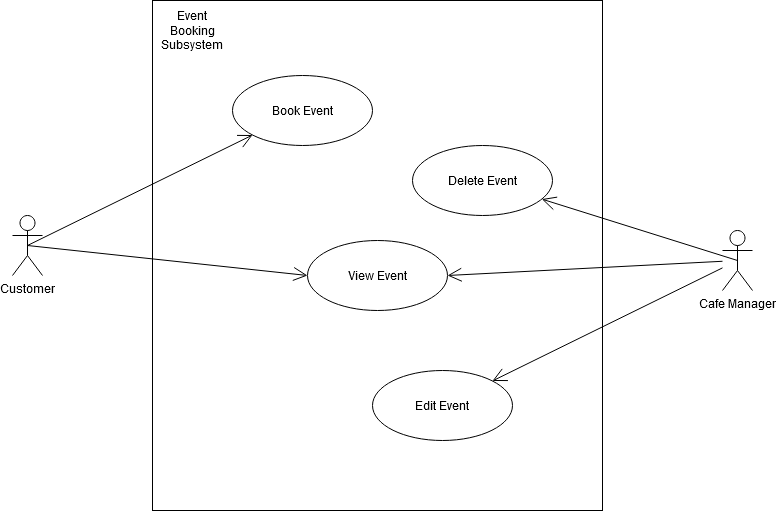
jakedurnford/ITC303BeverageBookers keeps this draw.io diagram as Use-Case Models/Event Booking Subsystem Use-Case Model.png. Above is the earlier version. Source tidied: cells renumbered, new cells last; positions are measured from the earlier drawing's top-left corner, leaving out a move shared by most shapes. Source of this version:
```xml
<mxGraphModel>
  <root>
    <mxCell id="0" />
    <mxCell id="1" parent="0" />
    <mxCell id="2" style="rounded=0;whiteSpace=wrap;html=1;" parent="1" vertex="1">
      <mxGeometry x="140" width="450" height="510" as="geometry" />
    </mxCell>
    <mxCell id="3" value="Book Event" style="ellipse;whiteSpace=wrap;html=1;" parent="1" vertex="1">
      <mxGeometry x="220" y="75" width="140" height="70" as="geometry" />
    </mxCell>
    <mxCell id="4" value="Cafe Manager" style="shape=umlActor;verticalLabelPosition=bottom;labelBackgroundColor=#ffffff;verticalAlign=top;html=1;" parent="1" vertex="1">
      <mxGeometry x="710" y="230" width="30" height="60" as="geometry" />
    </mxCell>
    <mxCell id="5" value="Delete Event" style="ellipse;whiteSpace=wrap;html=1;" parent="1" vertex="1">
      <mxGeometry x="400" y="145" width="140" height="70" as="geometry" />
    </mxCell>
    <mxCell id="6" value="Edit Event" style="ellipse;whiteSpace=wrap;html=1;" parent="1" vertex="1">
      <mxGeometry x="360" y="370" width="140" height="70" as="geometry" />
    </mxCell>
    <mxCell id="7" value="View Event" style="ellipse;whiteSpace=wrap;html=1;" parent="1" vertex="1">
      <mxGeometry x="295" y="240" width="140" height="70" as="geometry" />
    </mxCell>
    <mxCell id="8" value="Customer" style="shape=umlActor;verticalLabelPosition=bottom;labelBackgroundColor=#ffffff;verticalAlign=top;html=1;" parent="1" vertex="1">
      <mxGeometry y="215" width="30" height="60" as="geometry" />
    </mxCell>
    <mxCell id="9" style="endArrow=open;endFill=1;endSize=12;html=1;exitX=0.5;exitY=0.5;exitDx=0;exitDy=0;exitPerimeter=0;" parent="1" edge="1" source="8" target="3">
      <mxGeometry relative="1" as="geometry" />
    </mxCell>
    <mxCell id="10" style="endArrow=open;endFill=1;endSize=12;html=1;exitX=0.5;exitY=0.5;exitDx=0;exitDy=0;exitPerimeter=0;entryX=0;entryY=0.5;entryDx=0;entryDy=0;" parent="1" edge="1" source="8" target="7">
      <mxGeometry relative="1" as="geometry" />
    </mxCell>
    <mxCell id="11" style="endArrow=open;endFill=1;endSize=12;html=1;entryX=1;entryY=0.5;entryDx=0;entryDy=0;" parent="1" edge="1" source="4" target="7">
      <mxGeometry relative="1" as="geometry" />
    </mxCell>
    <mxCell id="12" style="endArrow=open;endFill=1;endSize=12;html=1;" parent="1" edge="1" source="4" target="6">
      <mxGeometry relative="1" as="geometry" />
    </mxCell>
    <mxCell id="13" value="Event Booking Subsystem" style="text;html=1;strokeColor=none;fillColor=none;align=center;verticalAlign=middle;whiteSpace=wrap;rounded=0;" parent="1" vertex="1">
      <mxGeometry x="160" y="20" width="40" height="20" as="geometry" />
    </mxCell>
    <mxCell id="14" style="endArrow=open;endFill=1;endSize=12;html=1;exitX=0.5;exitY=0.5;exitDx=0;exitDy=0;exitPerimeter=0;" parent="1" edge="1" source="4" target="5">
      <mxGeometry relative="1" as="geometry" />
    </mxCell>
  </root>
</mxGraphModel>
```
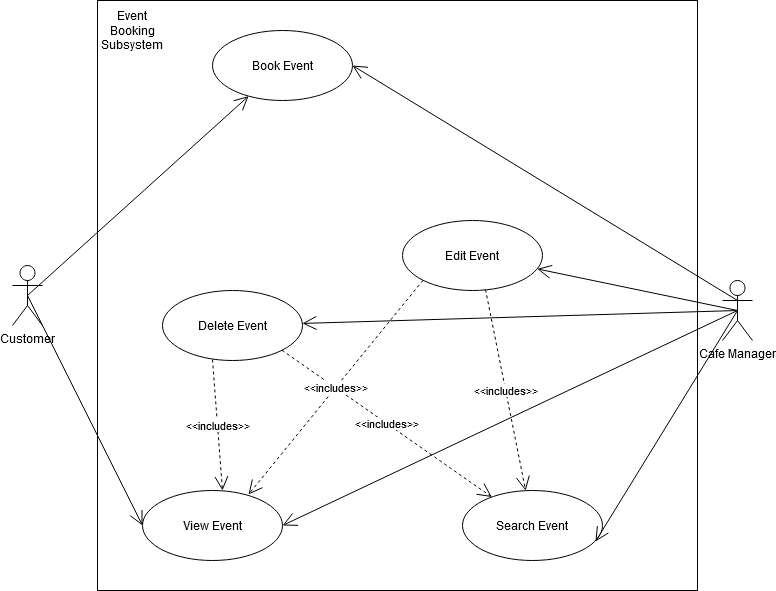
The same file after the commit.

Commit message:
UPDATED - All use-case models

Diff of the diagram source:
```diff
@@ -2,44 +2,82 @@
   <root>
     <mxCell id="0" />
     <mxCell id="1" parent="0" />
+    <mxCell id="15" style="group;" parent="1" vertex="1">
+      <mxGeometry x="-30" y="-70" width="740" height="590" as="geometry" />
+    </mxCell>
+    <mxCell id="16" style="group;" parent="15" vertex="1">
+      <mxGeometry width="740" height="590" as="geometry" />
+    </mxCell>
+    <mxCell id="17" style="group;" parent="16" vertex="1">
+      <mxGeometry width="740" height="590" as="geometry" />
+    </mxCell>
+    <mxCell id="18" style="group;" parent="17" vertex="1">
+      <mxGeometry width="740" height="590" as="geometry" />
+    </mxCell>
+    <mxCell id="19" style="group;" parent="18" vertex="1">
+      <mxGeometry width="740" height="590" as="geometry" />
+    </mxCell>
-    <mxCell id="2" style="rounded=0;whiteSpace=wrap;html=1;" parent="1" vertex="1">
-      <mxGeometry x="140" width="450" height="510" as="geometry" />
+    <mxCell id="2" style="rounded=0;whiteSpace=wrap;html=1;" parent="19" vertex="1">
+      <mxGeometry x="85" width="600" height="590" as="geometry" />
     </mxCell>
-    <mxCell id="3" value="Book Event" style="ellipse;whiteSpace=wrap;html=1;" parent="1" vertex="1">
-      <mxGeometry x="220" y="75" width="140" height="70" as="geometry" />
+    <mxCell id="3" value="Book Event" style="ellipse;whiteSpace=wrap;html=1;" parent="19" vertex="1">
+      <mxGeometry x="200" y="30" width="140" height="70" as="geometry" />
     </mxCell>
-    <mxCell id="4" value="Cafe Manager" style="shape=umlActor;verticalLabelPosition=bottom;labelBackgroundColor=#ffffff;verticalAlign=top;html=1;" parent="1" vertex="1">
-      <mxGeometry x="710" y="230" width="30" height="60" as="geometry" />
+    <mxCell id="4" value="Cafe Manager" style="shape=umlActor;verticalLabelPosition=bottom;labelBackgroundColor=#ffffff;verticalAlign=top;html=1;" parent="19" vertex="1">
+      <mxGeometry x="710" y="280" width="30" height="60" as="geometry" />
     </mxCell>
-    <mxCell id="5" value="Delete Event" style="ellipse;whiteSpace=wrap;html=1;" parent="1" vertex="1">
-      <mxGeometry x="400" y="145" width="140" height="70" as="geometry" />
+    <mxCell id="5" value="Delete Event" style="ellipse;whiteSpace=wrap;html=1;" parent="19" vertex="1">
+      <mxGeometry x="150" y="290" width="140" height="70" as="geometry" />
     </mxCell>
-    <mxCell id="6" value="Edit Event" style="ellipse;whiteSpace=wrap;html=1;" parent="1" vertex="1">
-      <mxGeometry x="360" y="370" width="140" height="70" as="geometry" />
+    <mxCell id="6" value="Edit Event" style="ellipse;whiteSpace=wrap;html=1;" parent="19" vertex="1">
+      <mxGeometry x="390" y="220" width="140" height="70" as="geometry" />
     </mxCell>
-    <mxCell id="7" value="View Event" style="ellipse;whiteSpace=wrap;html=1;" parent="1" vertex="1">
-      <mxGeometry x="295" y="240" width="140" height="70" as="geometry" />
+    <mxCell id="7" value="View Event" style="ellipse;whiteSpace=wrap;html=1;" parent="19" vertex="1">
+      <mxGeometry x="130" y="490" width="140" height="70" as="geometry" />
     </mxCell>
-    <mxCell id="8" value="Customer" style="shape=umlActor;verticalLabelPosition=bottom;labelBackgroundColor=#ffffff;verticalAlign=top;html=1;" parent="1" vertex="1">
-      <mxGeometry y="215" width="30" height="60" as="geometry" />
+    <mxCell id="8" value="Customer" style="shape=umlActor;verticalLabelPosition=bottom;labelBackgroundColor=#ffffff;verticalAlign=top;html=1;" parent="19" vertex="1">
+      <mxGeometry y="265" width="30" height="60" as="geometry" />
     </mxCell>
-    <mxCell id="9" style="endArrow=open;endFill=1;endSize=12;html=1;exitX=0.5;exitY=0.5;exitDx=0;exitDy=0;exitPerimeter=0;" parent="1" edge="1" source="8" target="3">
+    <mxCell id="9" style="endArrow=open;endFill=1;endSize=12;html=1;exitX=0.5;exitY=0.5;exitDx=0;exitDy=0;exitPerimeter=0;" parent="19" edge="1" source="8" target="3">
       <mxGeometry relative="1" as="geometry" />
     </mxCell>
-    <mxCell id="10" style="endArrow=open;endFill=1;endSize=12;html=1;exitX=0.5;exitY=0.5;exitDx=0;exitDy=0;exitPerimeter=0;entryX=0;entryY=0.5;entryDx=0;entryDy=0;" parent="1" edge="1" source="8" target="7">
+    <mxCell id="10" style="endArrow=open;endFill=1;endSize=12;html=1;exitX=0.5;exitY=0.5;exitDx=0;exitDy=0;exitPerimeter=0;entryX=0;entryY=0.5;entryDx=0;entryDy=0;" parent="19" edge="1" source="8" target="7">
       <mxGeometry relative="1" as="geometry" />
     </mxCell>
-    <mxCell id="11" style="endArrow=open;endFill=1;endSize=12;html=1;entryX=1;entryY=0.5;entryDx=0;entryDy=0;" parent="1" edge="1" source="4" target="7">
+    <mxCell id="11" style="endArrow=open;endFill=1;endSize=12;html=1;entryX=1;entryY=0.5;entryDx=0;entryDy=0;exitX=0.5;exitY=0.5;exitDx=0;exitDy=0;exitPerimeter=0;" parent="19" edge="1" source="4" target="7">
       <mxGeometry relative="1" as="geometry" />
     </mxCell>
-    <mxCell id="12" style="endArrow=open;endFill=1;endSize=12;html=1;" parent="1" edge="1" source="4" target="6">
+    <mxCell id="12" style="endArrow=open;endFill=1;endSize=12;html=1;exitX=0.5;exitY=0.5;exitDx=0;exitDy=0;exitPerimeter=0;" parent="19" edge="1" source="4" target="6">
       <mxGeometry relative="1" as="geometry" />
     </mxCell>
-    <mxCell id="13" value="Event Booking Subsystem" style="text;html=1;strokeColor=none;fillColor=none;align=center;verticalAlign=middle;whiteSpace=wrap;rounded=0;" parent="1" vertex="1">
-      <mxGeometry x="160" y="20" width="40" height="20" as="geometry" />
+    <mxCell id="13" value="Event Booking Subsystem" style="text;html=1;strokeColor=none;fillColor=none;align=center;verticalAlign=middle;whiteSpace=wrap;rounded=0;" parent="19" vertex="1">
+      <mxGeometry x="100" y="20" width="40" height="20" as="geometry" />
     </mxCell>
-    <mxCell id="14" style="endArrow=open;endFill=1;endSize=12;html=1;exitX=0.5;exitY=0.5;exitDx=0;exitDy=0;exitPerimeter=0;" parent="1" edge="1" source="4" target="5">
+    <mxCell id="14" style="endArrow=open;endFill=1;endSize=12;html=1;exitX=0.5;exitY=0.5;exitDx=0;exitDy=0;exitPerimeter=0;" parent="19" edge="1" source="4" target="5">
       <mxGeometry relative="1" as="geometry" />
     </mxCell>
+    <mxCell id="20" value="Search Event" style="ellipse;whiteSpace=wrap;html=1;" parent="19" vertex="1">
+      <mxGeometry x="450" y="490" width="140" height="70" as="geometry" />
+    </mxCell>
+    <mxCell id="21" style="endArrow=open;endFill=1;endSize=12;html=1;exitX=0.5;exitY=0.5;exitDx=0;exitDy=0;exitPerimeter=0;entryX=0.95;entryY=0.729;entryDx=0;entryDy=0;entryPerimeter=0;" parent="19" edge="1" source="4" target="20">
+      <mxGeometry relative="1" as="geometry" />
+    </mxCell>
+    <mxCell id="22" style="endArrow=open;endFill=1;endSize=12;html=1;exitX=0.5;exitY=0.333;exitDx=0;exitDy=0;exitPerimeter=0;entryX=1;entryY=0.5;entryDx=0;entryDy=0;" parent="19" edge="1" source="4" target="3">
+      <mxGeometry relative="1" as="geometry" />
+    </mxCell>
+    <mxCell id="23" value="&amp;lt;&amp;lt;includes&amp;gt;&amp;gt;" style="endArrow=open;endSize=12;dashed=1;html=1;exitX=0.357;exitY=0.986;exitDx=0;exitDy=0;exitPerimeter=0;" parent="19" edge="1" source="5">
+      <mxGeometry relative="1" as="geometry">
+        <mxPoint x="210" y="490" as="targetPoint" />
+      </mxGeometry>
+    </mxCell>
+    <mxCell id="24" value="&amp;lt;&amp;lt;includes&amp;gt;&amp;gt;" style="endArrow=open;endSize=12;dashed=1;html=1;exitX=1;exitY=1;exitDx=0;exitDy=0;" parent="19" edge="1" source="5" target="20">
+      <mxGeometry relative="1" as="geometry" />
+    </mxCell>
+    <mxCell id="25" value="&amp;lt;&amp;lt;includes&amp;gt;&amp;gt;" style="endArrow=open;endSize=12;dashed=1;html=1;exitX=0;exitY=1;exitDx=0;exitDy=0;entryX=0.757;entryY=0.057;entryDx=0;entryDy=0;entryPerimeter=0;" parent="19" edge="1" source="6" target="7">
+      <mxGeometry relative="1" as="geometry" />
+    </mxCell>
+    <mxCell id="26" value="&amp;lt;&amp;lt;includes&amp;gt;&amp;gt;" style="endArrow=open;endSize=12;dashed=1;html=1;exitX=0.593;exitY=0.986;exitDx=0;exitDy=0;exitPerimeter=0;" parent="19" edge="1" source="6" target="20">
+      <mxGeometry relative="1" as="geometry" />
+    </mxCell>
   </root>
 </mxGraphModel>
```
